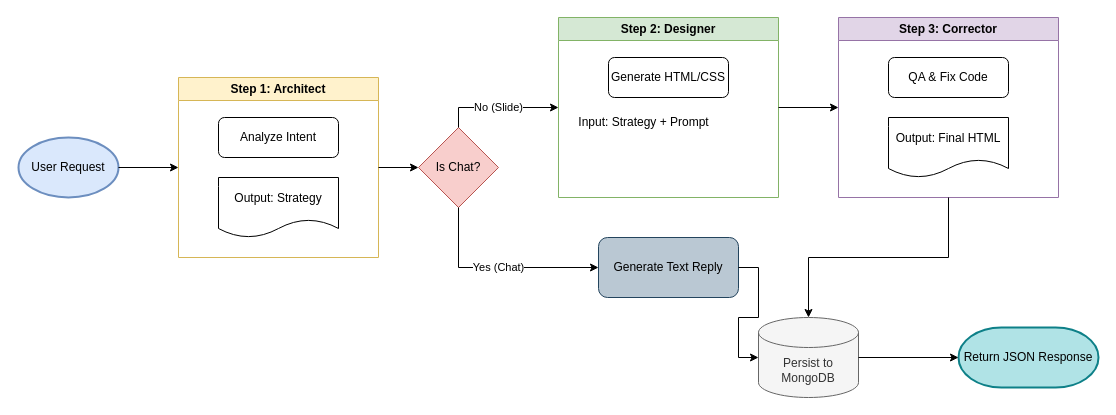
Earlier version of the draw.io diagram diagrams/backend_workflow.drawio (karimd18/project-C-case-study). Source tidied: cells renumbered, new cells numbered last; positions are measured from the earlier drawing's top-left corner, leaving out a move shared by most shapes. Both pictures are drawn from the tidied source at 100%, with x=0, y=0 at pixel (18, 17).
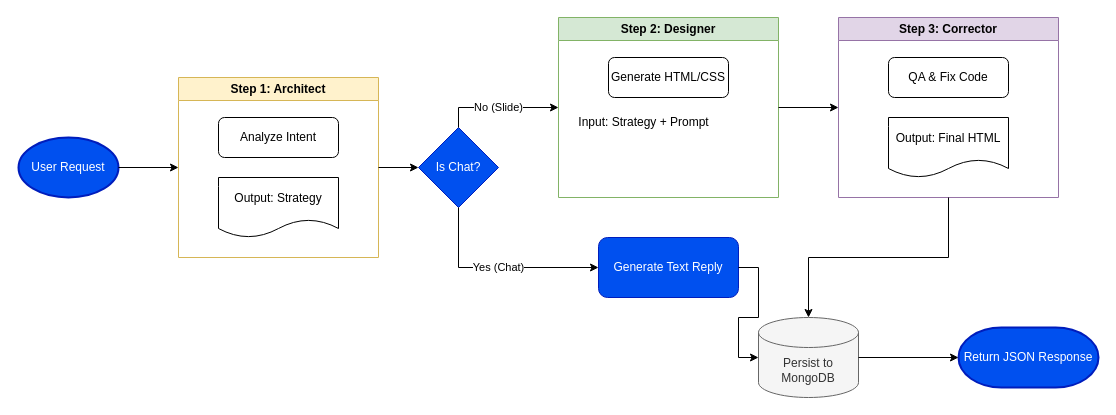
Above is the later version.

Commit message (it also covers changes not shown here):
added new diagram that represent the flow of this case and provided some enhancements on the prompting level

What changed in the source:
```diff
@@
-    <mxCell id="2" value="User Request" style="strokeWidth=2;html=1;shape=mxgraph.flowchart.start_1;whiteSpace=wrap;fillColor=#dae8fc;strokeColor=#6c8ebf;" parent="1" vertex="1">
+    <mxCell id="2" value="User Request" style="strokeWidth=2;html=1;shape=mxgraph.flowchart.start_1;whiteSpace=wrap;fillColor=#0050ef;strokeColor=#001DBC;fontColor=#ffffff;" parent="1" vertex="1">
       <mxGeometry y="120" width="100" height="60" as="geometry" />
     </mxCell>
@@
-    <mxCell id="6" value="Is Chat?" style="rhombus;whiteSpace=wrap;html=1;fillColor=#f8cecc;strokeColor=#b85450;" parent="1" vertex="1">
+    <mxCell id="6" value="Is Chat?" style="rhombus;whiteSpace=wrap;html=1;fillColor=#0050ef;strokeColor=#001DBC;fontColor=#ffffff;" parent="1" vertex="1">
       <mxGeometry x="400" y="110" width="80" height="80" as="geometry" />
     </mxCell>
@@
-    <mxCell id="13" value="Generate Text Reply" style="rounded=1;whiteSpace=wrap;html=1;fillColor=#bac8d3;strokeColor=#23445d;" parent="1" vertex="1">
+    <mxCell id="13" value="Generate Text Reply" style="rounded=1;whiteSpace=wrap;html=1;fillColor=#0050ef;strokeColor=#001DBC;fontColor=#ffffff;" parent="1" vertex="1">
       <mxGeometry x="580" y="220" width="140" height="60" as="geometry" />
     </mxCell>
@@
-    <mxCell id="15" value="Return JSON Response" style="strokeWidth=2;html=1;shape=mxgraph.flowchart.terminator;whiteSpace=wrap;fillColor=#b0e3e6;strokeColor=#0e8088;" parent="1" vertex="1">
+    <mxCell id="15" value="Return JSON Response" style="strokeWidth=2;html=1;shape=mxgraph.flowchart.terminator;whiteSpace=wrap;fillColor=#0050ef;strokeColor=#001DBC;fontColor=#ffffff;" parent="1" vertex="1">
       <mxGeometry x="940" y="310" width="140" height="60" as="geometry" />
     </mxCell>
```
